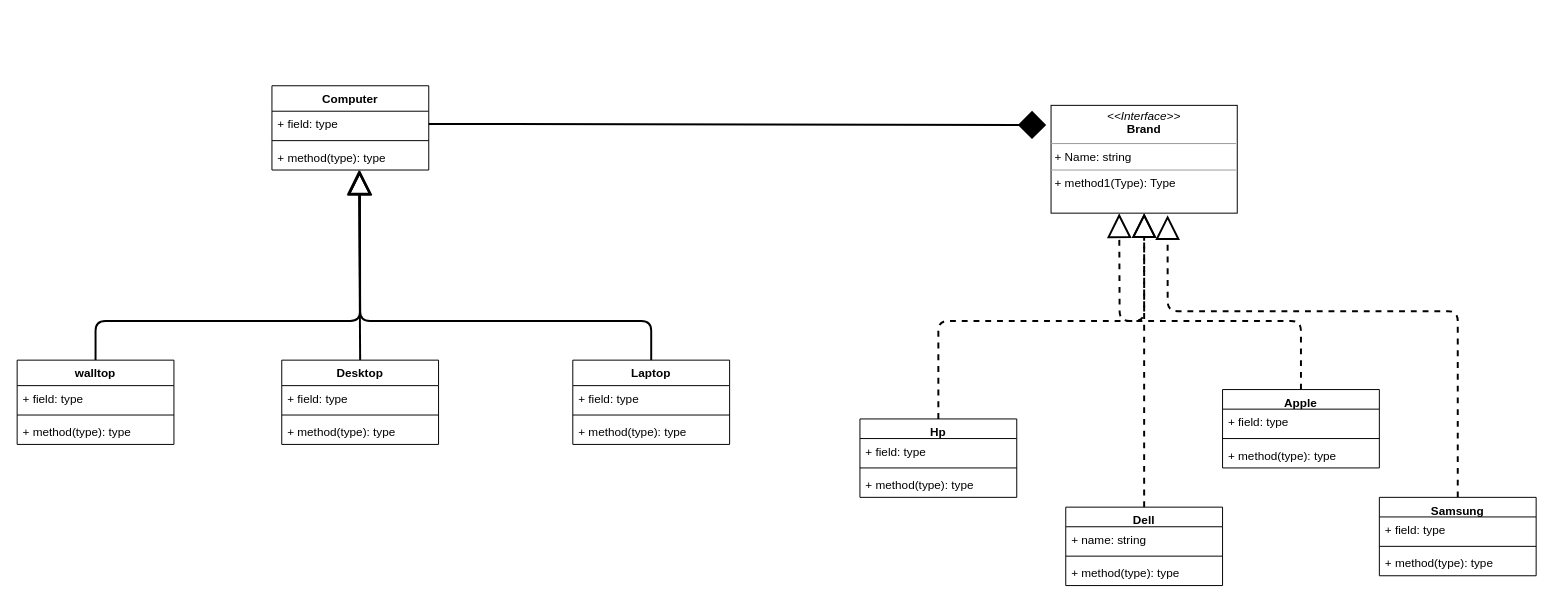
This is page "Page-2" (2 of 2) of m.drawio from Akulluwinnifred/app01-software-design, a draw.io file, before an edit. Source tidied: cells renumbered, new cells numbered last; positions are measured from the earlier drawing's top-left corner, leaving out a move shared by most shapes. Both pictures are drawn from the tidied source at 98%, with x=0, y=0 at pixel (17, 85).
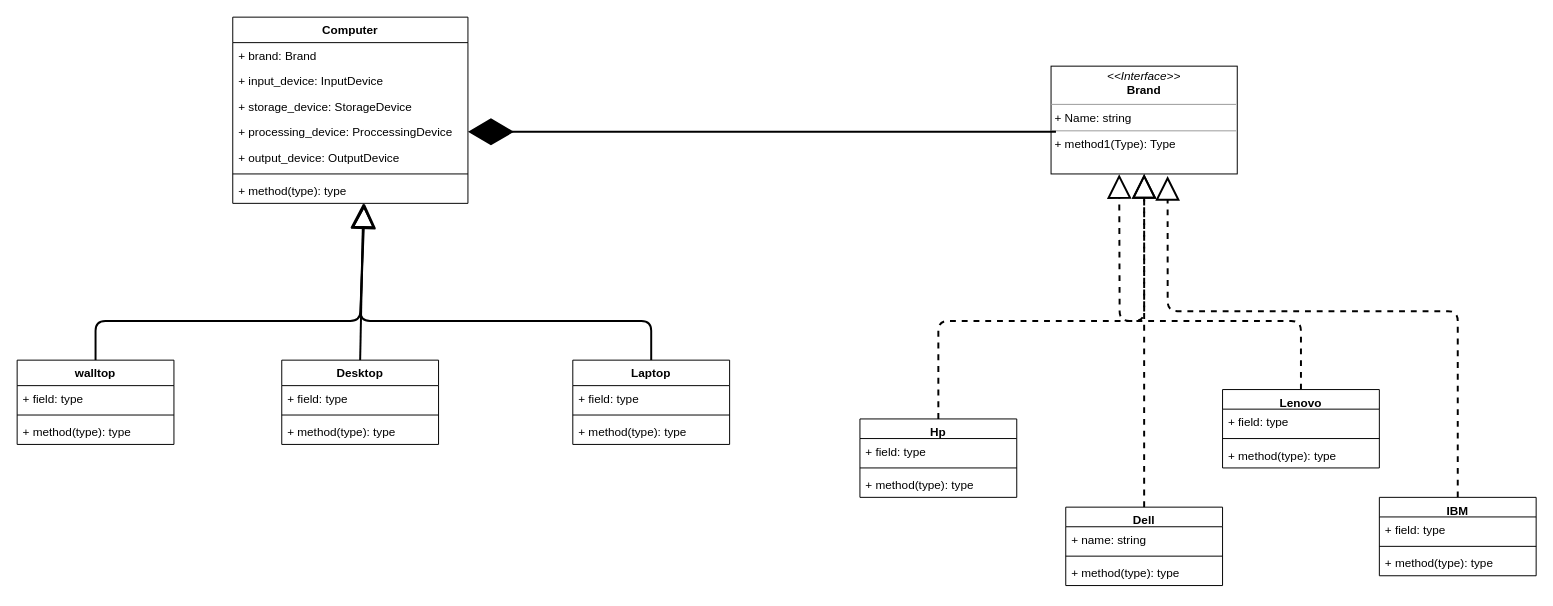
The same page after the edit.

What changed in the source:
```diff
@@
     <mxCell id="2" value="Computer" style="swimlane;fontStyle=1;align=center;verticalAlign=top;horizontal=1;startSize=26;" parent="1" vertex="1">
-      <mxGeometry x="260" width="160" height="86" as="geometry" />
+      <mxGeometry x="220" y="-70" width="240" height="190" as="geometry" />
     </mxCell>
-    <mxCell id="3" value="+ field: type" style="text;strokeColor=none;fillColor=none;align=left;verticalAlign=top;spacingLeft=4;spacingRight=4;overflow=hidden;points=[[0,0.5],[1,0.5]];portConstraint=eastwest;" parent="2" vertex="1">
-      <mxGeometry y="26" width="160" height="26" as="geometry" />
+    <mxCell id="3" value="+ brand: Brand" style="text;strokeColor=none;fillColor=none;align=left;verticalAlign=top;spacingLeft=4;spacingRight=4;overflow=hidden;points=[[0,0.5],[1,0.5]];portConstraint=eastwest;" parent="2" vertex="1">
+      <mxGeometry y="26" width="240" height="26" as="geometry" />
     </mxCell>
+    <mxCell id="43" value="+ input_device: InputDevice" style="text;strokeColor=none;fillColor=none;align=left;verticalAlign=top;spacingLeft=4;spacingRight=4;overflow=hidden;" parent="2" vertex="1">
+      <mxGeometry y="52" width="240" height="26" as="geometry" />
+    </mxCell>
+    <mxCell id="44" value="+ storage_device: StorageDevice" style="text;strokeColor=none;fillColor=none;align=left;verticalAlign=top;spacingLeft=4;spacingRight=4;overflow=hidden;" parent="2" vertex="1">
+      <mxGeometry y="78" width="240" height="26" as="geometry" />
+    </mxCell>
+    <mxCell id="45" value="+ processing_device: ProccessingDevice" style="text;strokeColor=none;fillColor=none;align=left;verticalAlign=top;spacingLeft=4;spacingRight=4;overflow=hidden;points=[[0,0.5],[1,0.5]];portConstraint=eastwest;" parent="2" vertex="1">
+      <mxGeometry y="104" width="240" height="26" as="geometry" />
+    </mxCell>
+    <mxCell id="46" value="+ output_device: OutputDevice" style="text;strokeColor=none;fillColor=none;align=left;verticalAlign=top;spacingLeft=4;spacingRight=4;overflow=hidden;" parent="2" vertex="1">
+      <mxGeometry y="130" width="240" height="26" as="geometry" />
+    </mxCell>
     <mxCell id="4" style="line;strokeWidth=1;fillColor=none;align=left;verticalAlign=middle;spacingTop=-1;spacingLeft=3;spacingRight=3;labelPosition=right;strokeColor=inherit;" parent="2" vertex="1">
-      <mxGeometry y="52" width="160" height="8" as="geometry" />
+      <mxGeometry y="156" width="240" height="8" as="geometry" />
     </mxCell>
     <mxCell id="5" value="+ method(type): type" style="text;strokeColor=none;fillColor=none;align=left;verticalAlign=top;spacingLeft=4;spacingRight=4;overflow=hidden;points=[[0,0.5],[1,0.5]];portConstraint=eastwest;" parent="2" vertex="1">
-      <mxGeometry y="60" width="160" height="26" as="geometry" />
+      <mxGeometry y="164" width="240" height="26" as="geometry" />
     </mxCell>
@@
-    <mxCell id="32" value="Apple" style="swimlane;fontStyle=1;align=center;verticalAlign=top;horizontal=1;startSize=20;" parent="1" vertex="1">
+    <mxCell id="32" value="Lenovo" style="swimlane;fontStyle=1;align=center;verticalAlign=top;horizontal=1;startSize=20;" parent="1" vertex="1">
       <mxGeometry x="1230" y="310" width="160" height="80" as="geometry" />
     </mxCell>
@@
-    <mxCell id="37" value="Samsung" style="swimlane;fontStyle=1;align=center;verticalAlign=top;horizontal=1;startSize=20;" parent="1" vertex="1">
+    <mxCell id="37" value="IBM" style="swimlane;fontStyle=1;align=center;verticalAlign=top;horizontal=1;startSize=20;" parent="1" vertex="1">
       <mxGeometry x="1390" y="420" width="160" height="80" as="geometry" />
     </mxCell>
@@
     <mxCell id="41" value="&lt;p style=&quot;margin:0px;margin-top:4px;text-align:center;&quot;&gt;&lt;i&gt;&amp;lt;&amp;lt;Interface&amp;gt;&amp;gt;&lt;/i&gt;&lt;br&gt;&lt;b&gt;Brand&lt;/b&gt;&lt;/p&gt;&lt;hr size=&quot;1&quot;&gt;&lt;p style=&quot;margin:0px;margin-left:4px;&quot;&gt;+ Name: string&lt;/p&gt;&lt;hr size=&quot;1&quot;&gt;&lt;p style=&quot;margin:0px;margin-left:4px;&quot;&gt;+ method1(Type): Type&lt;br&gt;&lt;/p&gt;" style="verticalAlign=top;align=left;overflow=fill;fontSize=12;fontFamily=Helvetica;html=1;" parent="1" vertex="1">
-      <mxGeometry x="1055" y="20" width="190" height="110" as="geometry" />
+      <mxGeometry x="1055" y="-20" width="190" height="110" as="geometry" />
     </mxCell>
-    <mxCell id="42" style="edgeStyle=none;html=1;exitX=1;exitY=0.5;exitDx=0;exitDy=0;strokeWidth=2;endArrow=diamond;endFill=1;endSize=24;" parent="1" edge="1" source="3">
+    <mxCell id="42" style="edgeStyle=none;html=1;exitX=1;exitY=0.5;exitDx=0;exitDy=0;strokeWidth=2;endArrow=none;endFill=0;endSize=24;startArrow=diamondThin;startFill=1;startSize=41;" parent="1" edge="1" source="45">
       <mxGeometry relative="1" as="geometry">
-        <mxPoint x="1050" y="40" as="targetPoint" />
+        <mxPoint x="1060" y="47" as="targetPoint" />
       </mxGeometry>
     </mxCell>
```
